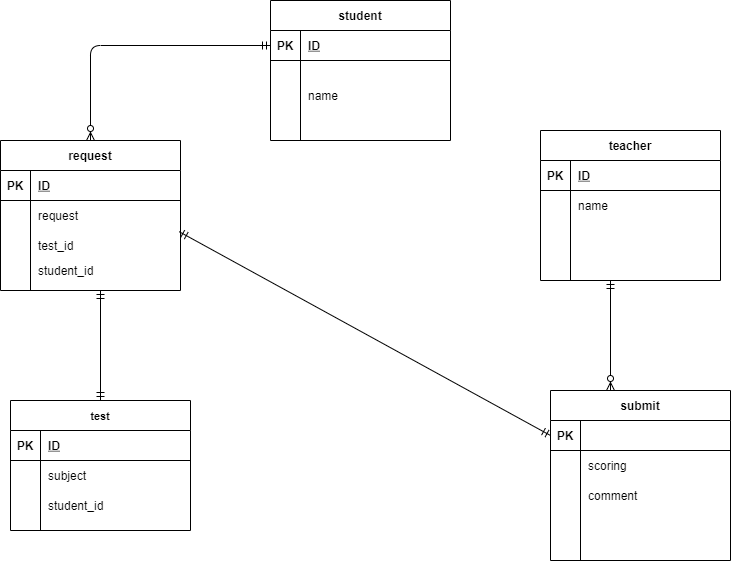
kgrkgr/datebase keeps this draw.io diagram as index.drawio.png. Above is the earlier version. Source tidied: cells renumbered, new cells last; positions are measured from the earlier drawing's top-left corner, leaving out a move shared by most shapes.
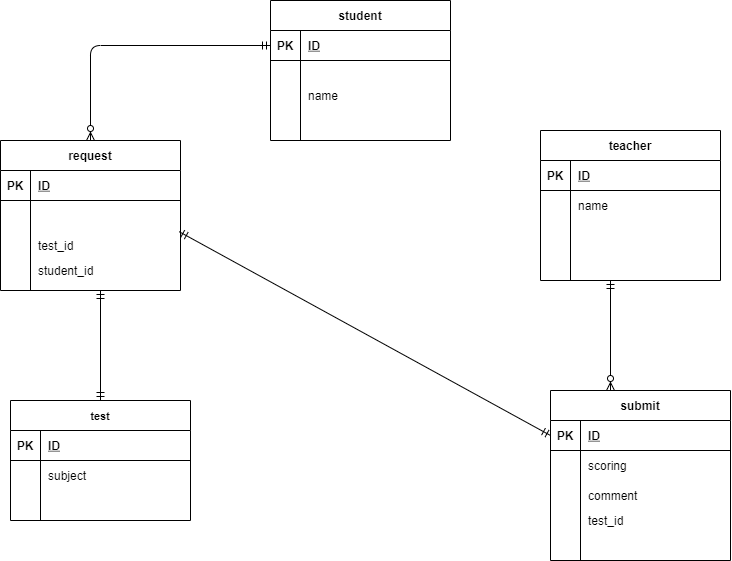
After the change.

Change to the diagram source:
```diff
@@ -50,7 +50,7 @@
     <mxCell id="17" value="PK" style="shape=partialRectangle;fillColor=none;top=0;left=0;bottom=0;right=0;fontStyle=1;overflow=hidden;" parent="16" vertex="1">
       <mxGeometry width="30" height="30" as="geometry" />
     </mxCell>
-    <mxCell id="18" style="shape=partialRectangle;fillColor=none;top=0;left=0;bottom=0;right=0;align=left;spacingLeft=6;fontStyle=5;overflow=hidden;" parent="16" vertex="1">
+    <mxCell id="18" value="ID" style="shape=partialRectangle;fillColor=none;top=0;left=0;bottom=0;right=0;align=left;spacingLeft=6;fontStyle=5;overflow=hidden;" parent="16" vertex="1">
       <mxGeometry x="30" width="150" height="30" as="geometry" />
     </mxCell>
     <mxCell id="19" style="shape=partialRectangle;fillColor=none;top=0;left=0;bottom=0;right=0;" parent="15" vertex="1">
@@ -77,7 +77,7 @@
     <mxCell id="26" style="shape=partialRectangle;fillColor=none;top=0;left=0;bottom=0;right=0;overflow=hidden;" parent="25" vertex="1">
       <mxGeometry width="30" height="20" as="geometry" />
     </mxCell>
-    <mxCell id="27" style="shape=partialRectangle;fillColor=none;top=0;left=0;bottom=0;right=0;align=left;spacingLeft=6;overflow=hidden;" parent="25" vertex="1">
+    <mxCell id="27" value="test_id" style="shape=partialRectangle;fillColor=none;top=0;left=0;bottom=0;right=0;align=left;spacingLeft=6;overflow=hidden;" parent="25" vertex="1">
       <mxGeometry x="30" width="150" height="20" as="geometry" />
     </mxCell>
     <mxCell id="28" style="shape=partialRectangle;fillColor=none;top=0;left=0;bottom=0;right=0;" parent="15" vertex="1">
@@ -90,7 +90,7 @@
       <mxGeometry x="30" width="150" height="20" as="geometry" />
     </mxCell>
     <mxCell id="31" value="test" style="shape=table;startSize=30;rowLines=0;fontStyle=1;align=center;fontSize=11;" parent="1" vertex="1">
-      <mxGeometry x="10" y="400" width="180" height="130" as="geometry" />
+      <mxGeometry x="10" y="400" width="180" height="120" as="geometry" />
     </mxCell>
     <mxCell id="32" style="shape=partialRectangle;fillColor=none;top=0;left=0;bottom=1;right=0;" parent="31" vertex="1">
       <mxGeometry y="30" width="180" height="30" as="geometry" />
@@ -111,13 +111,13 @@
       <mxGeometry x="30" width="150" height="30" as="geometry" />
     </mxCell>
     <mxCell id="38" style="shape=partialRectangle;fillColor=none;top=0;left=0;bottom=0;right=0;" parent="31" vertex="1">
-      <mxGeometry y="90" width="180" height="30" as="geometry" />
+      <mxGeometry y="90" width="180" height="20" as="geometry" />
     </mxCell>
     <mxCell id="39" style="shape=partialRectangle;fillColor=none;top=0;left=0;bottom=0;right=0;overflow=hidden;" parent="38" vertex="1">
-      <mxGeometry width="30" height="30" as="geometry" />
+      <mxGeometry width="30" height="20" as="geometry" />
     </mxCell>
-    <mxCell id="40" value="student_id" style="shape=partialRectangle;fillColor=none;top=0;left=0;bottom=0;right=0;align=left;spacingLeft=6;overflow=hidden;" parent="38" vertex="1">
-      <mxGeometry x="30" width="150" height="30" as="geometry" />
+    <mxCell id="40" style="shape=partialRectangle;fillColor=none;top=0;left=0;bottom=0;right=0;align=left;spacingLeft=6;overflow=hidden;" parent="38" vertex="1">
+      <mxGeometry x="30" width="150" height="20" as="geometry" />
     </mxCell>
     <mxCell id="41" value="request" style="shape=table;startSize=30;rowLines=0;fontStyle=1;align=center;" parent="1" vertex="1">
       <mxGeometry y="140" width="180" height="150" as="geometry" />
@@ -137,7 +137,7 @@
     <mxCell id="46" style="shape=partialRectangle;fillColor=none;top=0;left=0;bottom=0;right=0;overflow=hidden;" parent="45" vertex="1">
       <mxGeometry width="30" height="30" as="geometry" />
     </mxCell>
-    <mxCell id="47" value="request" style="shape=partialRectangle;fillColor=none;top=0;left=0;bottom=0;right=0;align=left;spacingLeft=6;overflow=hidden;" parent="45" vertex="1">
+    <mxCell id="47" style="shape=partialRectangle;fillColor=none;top=0;left=0;bottom=0;right=0;align=left;spacingLeft=6;overflow=hidden;" parent="45" vertex="1">
       <mxGeometry x="30" width="150" height="30" as="geometry" />
     </mxCell>
     <mxCell id="48" style="shape=partialRectangle;fillColor=none;top=0;left=0;bottom=0;right=0;points=[[0,0.5],[1,0.5]];portConstraint=eastwest;" parent="41" vertex="1">
```
